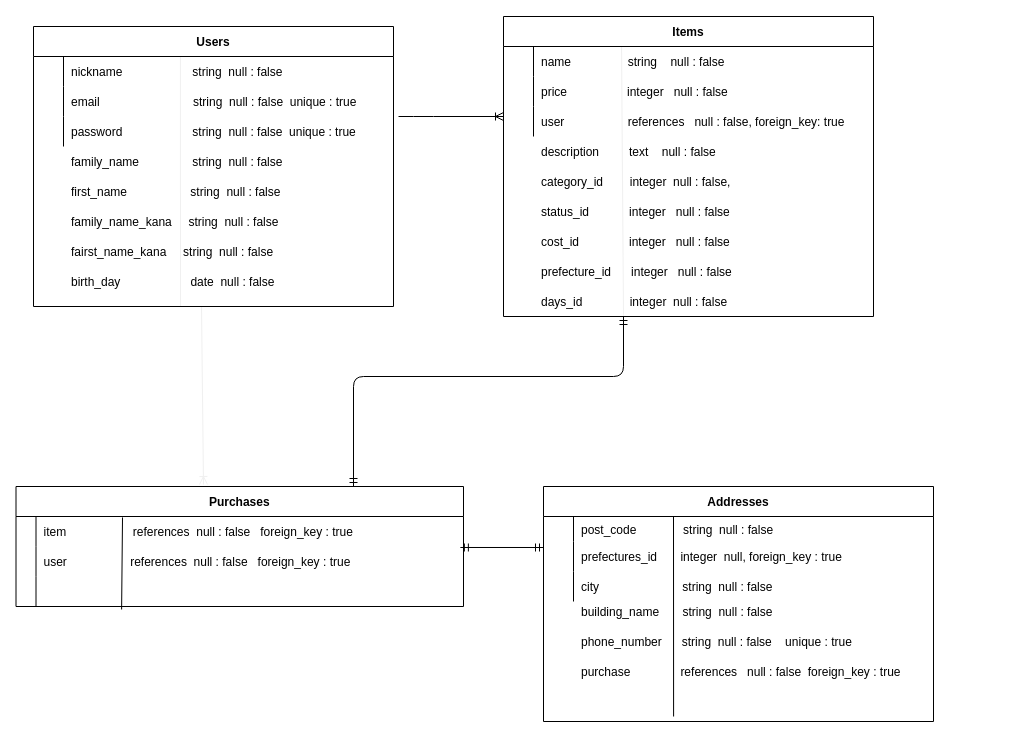
Before: furima.dio in snake97123/furima-32028, a draw.io diagram. Source tidied: cells renumbered, new cells numbered last; positions are measured from the earlier drawing's top-left corner, leaving out a move shared by most shapes. Both pictures are drawn from the tidied source at 100%, with x=0, y=0 at pixel (15, 16).
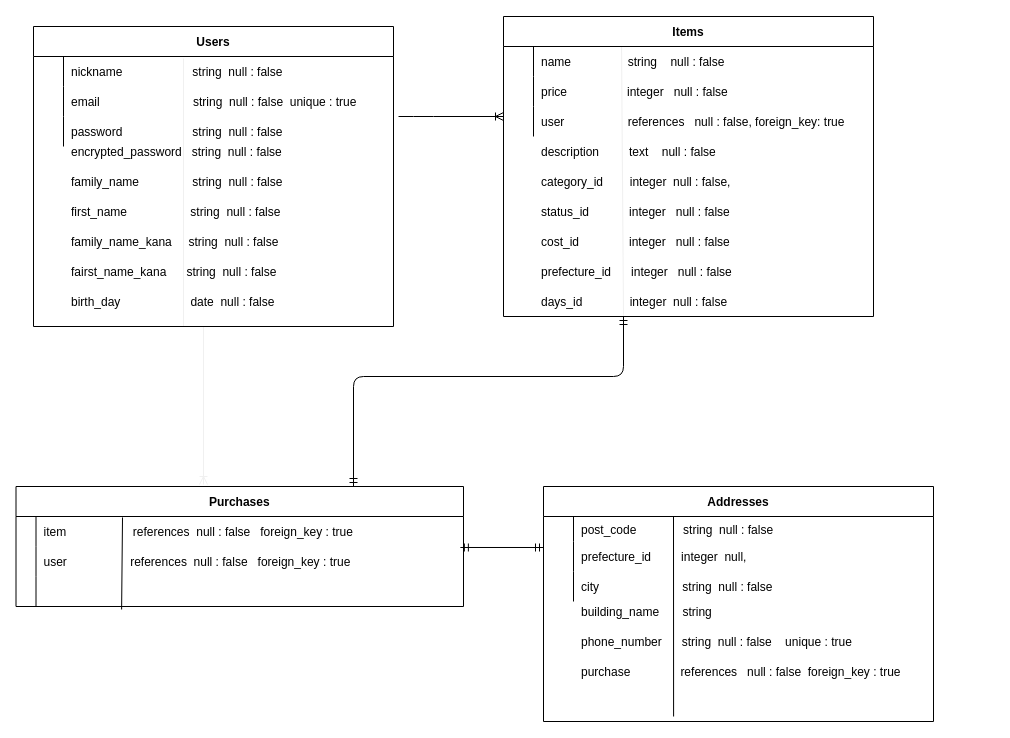
Above is the later version.

Commit message (it also covers changes not shown here):
データベース設計修正

Unchanged cells that the change refers to:
```xml
<mxCell id="35" style="shape=partialRectangle;fillColor=none;top=0;left=0;bottom=0;right=0;points=[[0,0.5],[1,0.5]];portConstraint=eastwest;" parent="28" vertex="1">
  <mxGeometry y="90" width="360" height="30" as="geometry" />
</mxCell>
<mxCell id="58" style="shape=partialRectangle;fillColor=none;top=0;left=0;bottom=0;right=0;" parent="54" vertex="1">
  <mxGeometry y="55" width="390" height="30" as="geometry" />
</mxCell>
```

Change to the diagram source:
```diff
@@
     <mxCell id="2" value="family_name                string  null : false" style="shape=partialRectangle;fillColor=none;top=0;left=0;bottom=0;right=0;align=left;spacingLeft=6;overflow=hidden;" parent="1" vertex="1">
-      <mxGeometry x="48" y="130" width="230" height="30" as="geometry" />
+      <mxGeometry x="48" y="150" width="230" height="30" as="geometry" />
     </mxCell>
     <mxCell id="3" value="first_name                   string  null : false" style="shape=partialRectangle;fillColor=none;top=0;left=0;bottom=0;right=0;align=left;spacingLeft=6;overflow=hidden;" parent="1" vertex="1">
-      <mxGeometry x="48" y="160" width="230" height="30" as="geometry" />
+      <mxGeometry x="48" y="180" width="230" height="30" as="geometry" />
     </mxCell>
     <mxCell id="4" value="family_name_kana     string  null : false" style="shape=partialRectangle;fillColor=none;top=0;left=0;bottom=0;right=0;align=left;spacingLeft=6;overflow=hidden;" parent="1" vertex="1">
-      <mxGeometry x="48" y="190" width="250" height="30" as="geometry" />
+      <mxGeometry x="48" y="210" width="250" height="30" as="geometry" />
     </mxCell>
-    <mxCell id="5" value="fairst_name_kana     string  null : false" style="shape=partialRectangle;fillColor=none;top=0;left=0;bottom=0;right=0;align=left;spacingLeft=6;overflow=hidden;" parent="1" vertex="1">
-      <mxGeometry x="48" y="220" width="240" height="30" as="geometry" />
+    <mxCell id="5" value="fairst_name_kana      string  null : false" style="shape=partialRectangle;fillColor=none;top=0;left=0;bottom=0;right=0;align=left;spacingLeft=6;overflow=hidden;" parent="1" vertex="1">
+      <mxGeometry x="48" y="240" width="240" height="30" as="geometry" />
     </mxCell>
     <mxCell id="6" value="birth_day                     date  null : false" style="shape=partialRectangle;fillColor=none;top=0;left=0;bottom=0;right=0;align=left;spacingLeft=6;overflow=hidden;" parent="1" vertex="1">
-      <mxGeometry x="48" y="250" width="220" height="30" as="geometry" />
+      <mxGeometry x="48" y="270" width="220" height="30" as="geometry" />
     </mxCell>
     <mxCell id="7" style="fontSize=12;html=1;endArrow=ERoneToMany;strokeColor=#f0f0f0;" parent="1" edge="1">
       <mxGeometry relative="1" as="geometry">
-        <mxPoint x="186" y="290" as="sourcePoint" />
+        <mxPoint x="188" y="310" as="sourcePoint" />
         <mxPoint x="188" y="468" as="targetPoint" />
       </mxGeometry>
     </mxCell>
-    <mxCell id="8" style="endArrow=none;html=1;rounded=0;strokeColor=#f0f0f0;exitX=0.408;exitY=0.107;exitDx=0;exitDy=0;exitPerimeter=0;" parent="1" edge="1" source="28">
+    <mxCell id="8" style="endArrow=none;html=1;rounded=0;strokeColor=#f0f0f0;" parent="1" edge="1">
       <mxGeometry relative="1" as="geometry">
-        <mxPoint x="165" y="290" as="targetPoint" />
+        <mxPoint x="168" y="42" as="sourcePoint" />
+        <mxPoint x="168" y="310" as="targetPoint" />
       </mxGeometry>
     </mxCell>
@@
     <mxCell id="28" value="Users" style="shape=table;startSize=30;childLayout=tableLayout;rowLines=0;fontStyle=1;align=center;" parent="1" vertex="1">
-      <mxGeometry x="18" y="10" width="360" height="280" as="geometry" />
+      <mxGeometry x="18" y="10" width="360" height="300" as="geometry" />
     </mxCell>
@@
-    <mxCell id="37" value="password                     string  null : false  unique : true" style="shape=partialRectangle;fillColor=none;top=0;left=0;bottom=0;right=0;align=left;spacingLeft=6;overflow=hidden;" parent="35" vertex="1">
+    <mxCell id="37" value="password                     string  null : false " style="shape=partialRectangle;fillColor=none;top=0;left=0;bottom=0;right=0;align=left;spacingLeft=6;overflow=hidden;" parent="35" vertex="1">
       <mxGeometry x="30" width="330" height="30" as="geometry" />
     </mxCell>
@@
-    <mxCell id="41" value="building_name       string  null : false" style="shape=partialRectangle;fillColor=none;top=0;left=0;bottom=0;right=0;align=left;spacingLeft=6;overflow=hidden;" parent="1" vertex="1">
+    <mxCell id="41" value="building_name       string  " style="shape=partialRectangle;fillColor=none;top=0;left=0;bottom=0;right=0;align=left;spacingLeft=6;overflow=hidden;" parent="1" vertex="1">
       <mxGeometry x="558" y="580" width="280" height="30" as="geometry" />
     </mxCell>
@@
-    <mxCell id="60" value="prefectures_id       integer  null, foreign_key : true" style="shape=partialRectangle;fillColor=none;top=0;left=0;bottom=0;right=0;align=left;spacingLeft=6;overflow=hidden;" parent="58" vertex="1">
+    <mxCell id="60" value="prefecture_id         integer  null, " style="shape=partialRectangle;fillColor=none;top=0;left=0;bottom=0;right=0;align=left;spacingLeft=6;overflow=hidden;" parent="58" vertex="1">
       <mxGeometry x="30" width="360" height="30" as="geometry" />
     </mxCell>
@@
+    <mxCell id="64" value="encrypted_password   string  null : false " style="shape=partialRectangle;fillColor=none;top=0;left=0;bottom=0;right=0;align=left;spacingLeft=6;overflow=hidden;" parent="1" vertex="1">
+      <mxGeometry x="48" y="120" width="330" height="30" as="geometry" />
+    </mxCell>
```
